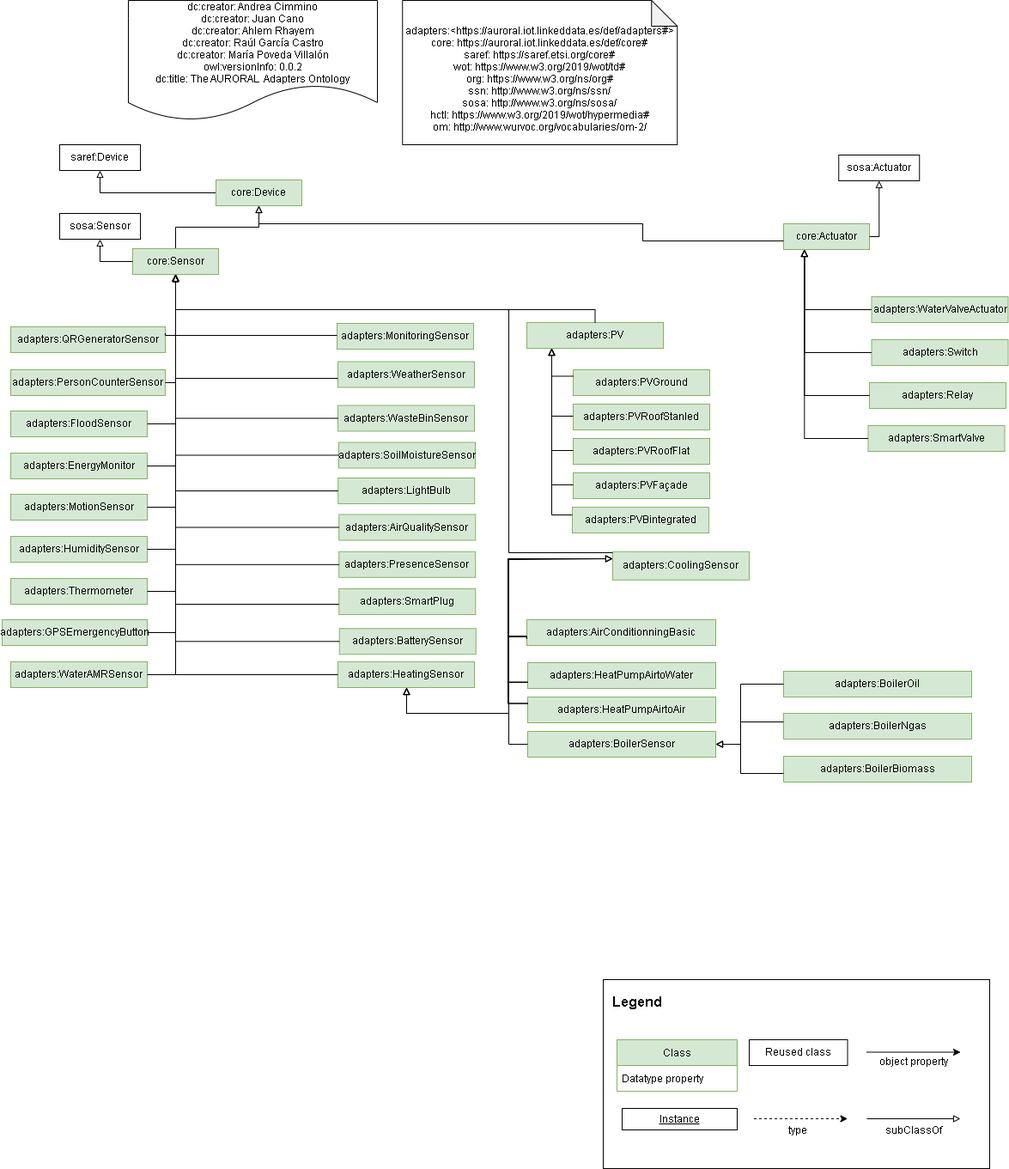
The draw.io diagram Diagrams/Device-adapters.png in oeg-upm/auroral-adapters-ontology, before a commit. Source tidied: cells renumbered, new cells last; positions are measured from the earlier drawing's top-left corner, leaving out a move shared by most shapes.
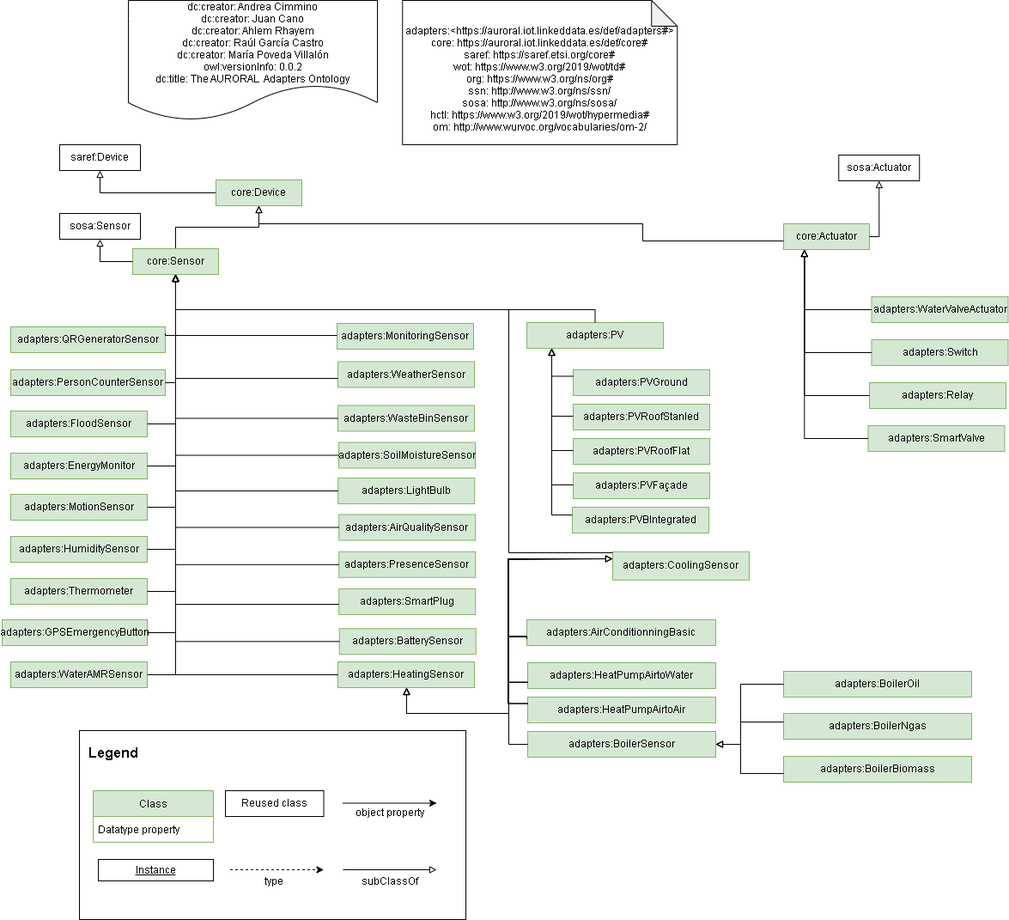
Above is the later version.

Diff of the diagram source:
```diff
@@ -18,58 +18,58 @@
       <mxGeometry x="249" y="209" width="100" height="30" as="geometry" />
     </mxCell>
     <mxCell id="7" style="rounded=0;whiteSpace=wrap;html=1;" parent="1" vertex="1">
-      <mxGeometry x="700" y="1140" width="450" height="220" as="geometry" />
+      <mxGeometry x="90" y="850" width="450" height="220" as="geometry" />
     </mxCell>
     <mxCell id="8" value="Legend" style="text;strokeColor=none;fillColor=none;align=center;verticalAlign=middle;rounded=0;fontStyle=1;fontSize=16;" parent="1" vertex="1">
-      <mxGeometry x="710" y="1150" width="60" height="30" as="geometry" />
+      <mxGeometry x="100" y="860" width="60" height="30" as="geometry" />
     </mxCell>
     <mxCell id="9" value="Class" style="swimlane;fontStyle=0;horizontal=1;startSize=30;fillColor=#d5e8d4;strokeColor=#82b366;" parent="1" vertex="1">
-      <mxGeometry x="716" y="1210" width="140" height="60" as="geometry" />
+      <mxGeometry x="106" y="920" width="140" height="60" as="geometry" />
     </mxCell>
     <mxCell id="10" value="Datatype property" style="text;strokeColor=none;fillColor=none;align=left;verticalAlign=middle;spacingLeft=4;spacingRight=4;overflow=hidden;" parent="9" vertex="1">
       <mxGeometry y="30" width="140" height="30" as="geometry" />
     </mxCell>
     <mxCell id="11" value="&lt;u&gt;Instance&lt;/u&gt;" style="rounded=0;whiteSpace=wrap;html=1;" parent="1" vertex="1">
-      <mxGeometry x="722" y="1290" width="134" height="25" as="geometry" />
+      <mxGeometry x="112" y="1000" width="134" height="25" as="geometry" />
     </mxCell>
     <mxCell id="12" value="Reused class" style="rounded=0;whiteSpace=wrap;html=1;" parent="1" vertex="1">
-      <mxGeometry x="870" y="1210" width="114.5" height="30" as="geometry" />
+      <mxGeometry x="260" y="920" width="114.5" height="30" as="geometry" />
     </mxCell>
     <mxCell id="13" style="edgeStyle=orthogonalEdgeStyle;rounded=0;orthogonalLoop=1;jettySize=auto;html=1;endArrow=classic;endFill=1;dashed=1;" parent="1" edge="1">
       <mxGeometry relative="1" as="geometry">
-        <mxPoint x="875.5" y="1302" as="sourcePoint" />
-        <mxPoint x="984.5" y="1302" as="targetPoint" />
+        <mxPoint x="265.5" y="1012" as="sourcePoint" />
+        <mxPoint x="374.5" y="1012" as="targetPoint" />
         <Array as="points">
-          <mxPoint x="875.5" y="1302" />
+          <mxPoint x="265.5" y="1012" />
         </Array>
       </mxGeometry>
     </mxCell>
     <mxCell id="14" style="edgeStyle=orthogonalEdgeStyle;rounded=0;orthogonalLoop=1;jettySize=auto;html=1;endArrow=classic;endFill=1;" parent="1" edge="1">
       <mxGeometry relative="1" as="geometry">
-        <mxPoint x="1007" y="1224.5" as="sourcePoint" />
-        <mxPoint x="1116" y="1224.5" as="targetPoint" />
+        <mxPoint x="397" y="934.5" as="sourcePoint" />
+        <mxPoint x="506" y="934.5" as="targetPoint" />
         <Array as="points">
-          <mxPoint x="1007" y="1224.5" />
+          <mxPoint x="397" y="934.5" />
         </Array>
       </mxGeometry>
     </mxCell>
     <mxCell id="15" style="edgeStyle=orthogonalEdgeStyle;rounded=0;orthogonalLoop=1;jettySize=auto;html=1;endArrow=block;endFill=0;" parent="1" edge="1">
       <mxGeometry relative="1" as="geometry">
-        <mxPoint x="1007" y="1302" as="sourcePoint" />
-        <mxPoint x="1116" y="1302" as="targetPoint" />
+        <mxPoint x="397" y="1012" as="sourcePoint" />
+        <mxPoint x="506" y="1012" as="targetPoint" />
         <Array as="points">
-          <mxPoint x="1007" y="1302" />
+          <mxPoint x="397" y="1012" />
         </Array>
       </mxGeometry>
     </mxCell>
     <mxCell id="16" value="type" style="text;strokeColor=none;fillColor=none;align=center;verticalAlign=middle;rounded=0;" parent="1" vertex="1">
-      <mxGeometry x="897.2" y="1300" width="60" height="30" as="geometry" />
+      <mxGeometry x="287.2" y="1010" width="60" height="30" as="geometry" />
     </mxCell>
     <mxCell id="17" value="object property" style="text;strokeColor=none;fillColor=none;align=center;verticalAlign=middle;rounded=0;" parent="1" vertex="1">
-      <mxGeometry x="1007" y="1220" width="110" height="30" as="geometry" />
+      <mxGeometry x="397" y="930" width="110" height="30" as="geometry" />
     </mxCell>
     <mxCell id="18" value="subClassOf" style="text;strokeColor=none;fillColor=none;align=center;verticalAlign=middle;rounded=0;" parent="1" vertex="1">
-      <mxGeometry x="1007" y="1300" width="110" height="30" as="geometry" />
+      <mxGeometry x="397" y="1010" width="110" height="30" as="geometry" />
     </mxCell>
     <mxCell id="19" style="edgeStyle=orthogonalEdgeStyle;rounded=0;jettySize=auto;html=1;exitX=0.5;exitY=0;exitDx=0;exitDy=0;fontSize=11;endArrow=block;endFill=0;entryX=0.5;entryY=1;entryDx=0;entryDy=0;" parent="1" edge="1" source="20" target="6">
       <mxGeometry relative="1" as="geometry" />
@@ -321,7 +321,7 @@
     <mxCell id="76" value="adapters:PVFaçade" style="rounded=0;whiteSpace=wrap;html=1;fillColor=#d5e8d4;strokeColor=#82b366;" parent="1" vertex="1">
       <mxGeometry x="665" y="550" width="159" height="30" as="geometry" />
     </mxCell>
-    <mxCell id="77" value="adapters:PVBintegrated" style="rounded=0;whiteSpace=wrap;html=1;fillColor=#d5e8d4;strokeColor=#82b366;" parent="1" vertex="1">
+    <mxCell id="77" value="adapters:PVBIntegrated" style="rounded=0;whiteSpace=wrap;html=1;fillColor=#d5e8d4;strokeColor=#82b366;" parent="1" vertex="1">
       <mxGeometry x="664" y="590" width="159" height="30" as="geometry" />
     </mxCell>
     <mxCell id="78" style="edgeStyle=orthogonalEdgeStyle;rounded=0;jettySize=auto;html=1;fontSize=11;endArrow=block;endFill=0;exitX=0;exitY=0.25;exitDx=0;exitDy=0;" parent="1" edge="1" source="73" target="60">
```
